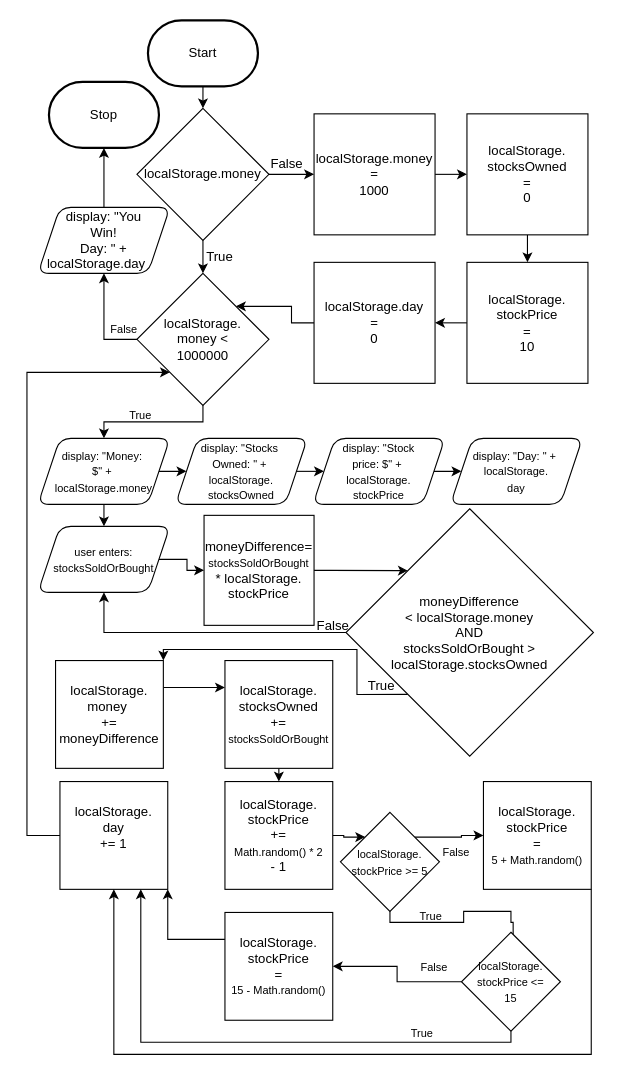
This is design/flowchart.drawio from pablo-fiallos-granados/ICD2O-Final-Project-pablo-fiallos-granados, a draw.io file, before an edit. Source tidied: cells renumbered, new cells numbered last; positions are measured from the earlier drawing's top-left corner, leaving out a move shared by most shapes. Both pictures are drawn from the tidied source at 110%, with x=0, y=0 at pixel (26, 20).
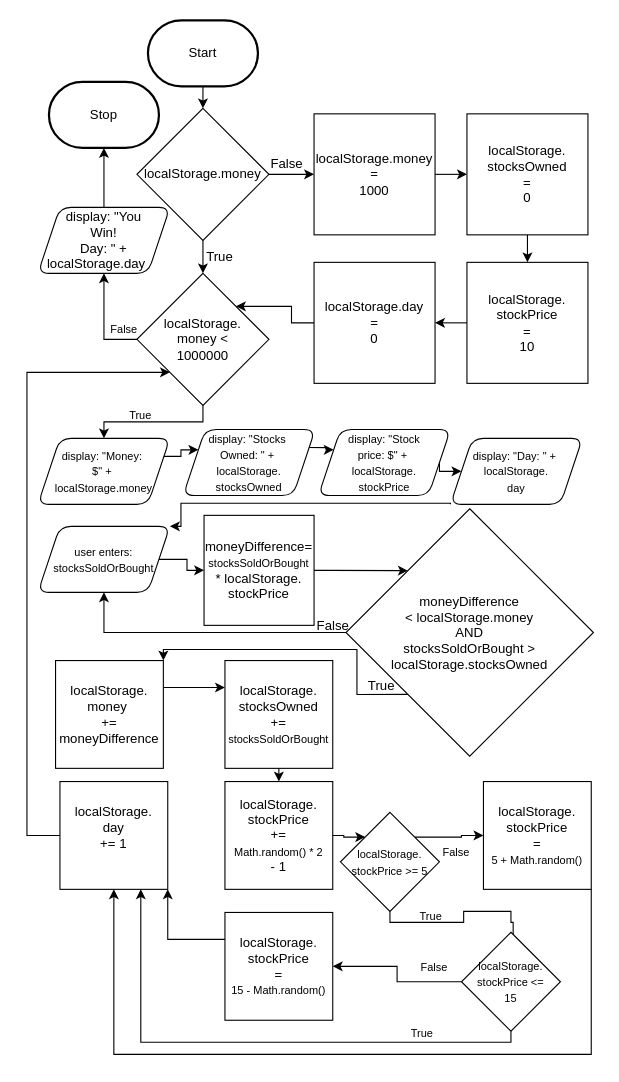
After the change.

The change refers to these unchanged cells:
```xml
<mxCell id="25" value="&lt;font style=&quot;font-size: 10px;&quot;&gt;display: &quot;Money:&amp;nbsp;&lt;br&gt;$&quot; +&amp;nbsp;&lt;br&gt;localStorage.money&lt;/font&gt;" style="shape=parallelogram;perimeter=parallelogramPerimeter;whiteSpace=wrap;html=1;fixedSize=1;rounded=1;" parent="1" vertex="1">
  <mxGeometry x="10" y="380" width="120" height="60" as="geometry" />
</mxCell>
<mxCell id="30" value="&lt;font style=&quot;&quot;&gt;&lt;span style=&quot;font-size: 10px;&quot;&gt;display: &quot;Day: &quot; +&amp;nbsp;&lt;/span&gt;&lt;br&gt;&lt;span style=&quot;font-size: 10px;&quot;&gt;localStorage.&lt;/span&gt;&lt;br&gt;&lt;span style=&quot;font-size: 10px;&quot;&gt;day&lt;/span&gt;&lt;br&gt;&lt;/font&gt;" style="shape=parallelogram;perimeter=parallelogramPerimeter;whiteSpace=wrap;html=1;fixedSize=1;rounded=1;" parent="1" vertex="1">
  <mxGeometry x="385" y="380" width="120" height="60" as="geometry" />
</mxCell>
<mxCell id="32" value="&lt;font style=&quot;&quot;&gt;&lt;span style=&quot;font-size: 10px;&quot;&gt;user enters: &lt;br&gt;stocksSoldOrBought&lt;/span&gt;&lt;br&gt;&lt;/font&gt;" style="shape=parallelogram;perimeter=parallelogramPerimeter;whiteSpace=wrap;html=1;fixedSize=1;rounded=1;" parent="1" vertex="1">
  <mxGeometry x="10" y="460" width="120" height="60" as="geometry" />
</mxCell>
```

Change to the diagram source:
```diff
@@
-    <mxCell id="23" style="edgeStyle=orthogonalEdgeStyle;rounded=0;html=1;exitX=1;exitY=0.5;exitDx=0;exitDy=0;entryX=0;entryY=0.5;entryDx=0;entryDy=0;fontSize=10;" parent="1" edge="1" source="25" target="27">
+    <mxCell id="23" style="edgeStyle=orthogonalEdgeStyle;rounded=0;html=1;exitX=1;exitY=0.25;exitDx=0;exitDy=0;entryX=0;entryY=0.25;entryDx=0;entryDy=0;" parent="1" edge="1" source="25" target="27">
       <mxGeometry relative="1" as="geometry" />
     </mxCell>
-    <mxCell id="24" style="edgeStyle=orthogonalEdgeStyle;rounded=0;html=1;exitX=0.5;exitY=1;exitDx=0;exitDy=0;entryX=0.5;entryY=0;entryDx=0;entryDy=0;fontSize=10;" parent="1" edge="1" source="25" target="32">
-      <mxGeometry relative="1" as="geometry" />
-    </mxCell>
@@
-    <mxCell id="26" style="edgeStyle=orthogonalEdgeStyle;rounded=0;html=1;exitX=1;exitY=0.5;exitDx=0;exitDy=0;entryX=0;entryY=0.5;entryDx=0;entryDy=0;fontSize=10;" parent="1" edge="1" source="27" target="29">
-      <mxGeometry relative="1" as="geometry">
-        <Array as="points">
-          <mxPoint x="270" y="410" />
-          <mxPoint x="270" y="410" />
-        </Array>
-      </mxGeometry>
+    <mxCell id="26" style="edgeStyle=orthogonalEdgeStyle;rounded=0;html=1;exitX=1;exitY=0.25;exitDx=0;exitDy=0;entryX=0;entryY=0.25;entryDx=0;entryDy=0;" parent="1" edge="1" source="27" target="29">
+      <mxGeometry relative="1" as="geometry" />
     </mxCell>
     <mxCell id="27" value="&lt;font style=&quot;font-size: 10px;&quot;&gt;display: &quot;Stocks&amp;nbsp;&lt;br&gt;Owned: &quot; +&amp;nbsp;&lt;br&gt;localStorage.&lt;br&gt;stocksOwned&lt;br&gt;&lt;/font&gt;" style="shape=parallelogram;perimeter=parallelogramPerimeter;whiteSpace=wrap;html=1;fixedSize=1;rounded=1;" parent="1" vertex="1">
-      <mxGeometry x="135" y="380" width="120" height="60" as="geometry" />
+      <mxGeometry x="142" y="372" width="120" height="60" as="geometry" />
     </mxCell>
@@
     <mxCell id="29" value="&lt;font style=&quot;&quot;&gt;&lt;span style=&quot;font-size: 10px;&quot;&gt;display: &quot;Stock &lt;br&gt;price: $&quot; +&amp;nbsp;&lt;/span&gt;&lt;br&gt;&lt;span style=&quot;font-size: 10px;&quot;&gt;localStorage.&lt;/span&gt;&lt;br&gt;&lt;span style=&quot;font-size: 10px;&quot;&gt;stockPrice&lt;/span&gt;&lt;br&gt;&lt;/font&gt;" style="shape=parallelogram;perimeter=parallelogramPerimeter;whiteSpace=wrap;html=1;fixedSize=1;rounded=1;" parent="1" vertex="1">
-      <mxGeometry x="260" y="380" width="120" height="60" as="geometry" />
+      <mxGeometry x="265" y="372" width="120" height="60" as="geometry" />
     </mxCell>
+    <mxCell id="64" style="edgeStyle=orthogonalEdgeStyle;rounded=0;html=1;exitX=0;exitY=1;exitDx=0;exitDy=0;entryX=1;entryY=0;entryDx=0;entryDy=0;" parent="1" edge="1" source="30" target="32">
+      <mxGeometry relative="1" as="geometry">
+        <Array as="points">
+          <mxPoint x="140" y="439" />
+          <mxPoint x="140" y="460" />
+        </Array>
+      </mxGeometry>
+    </mxCell>
```
